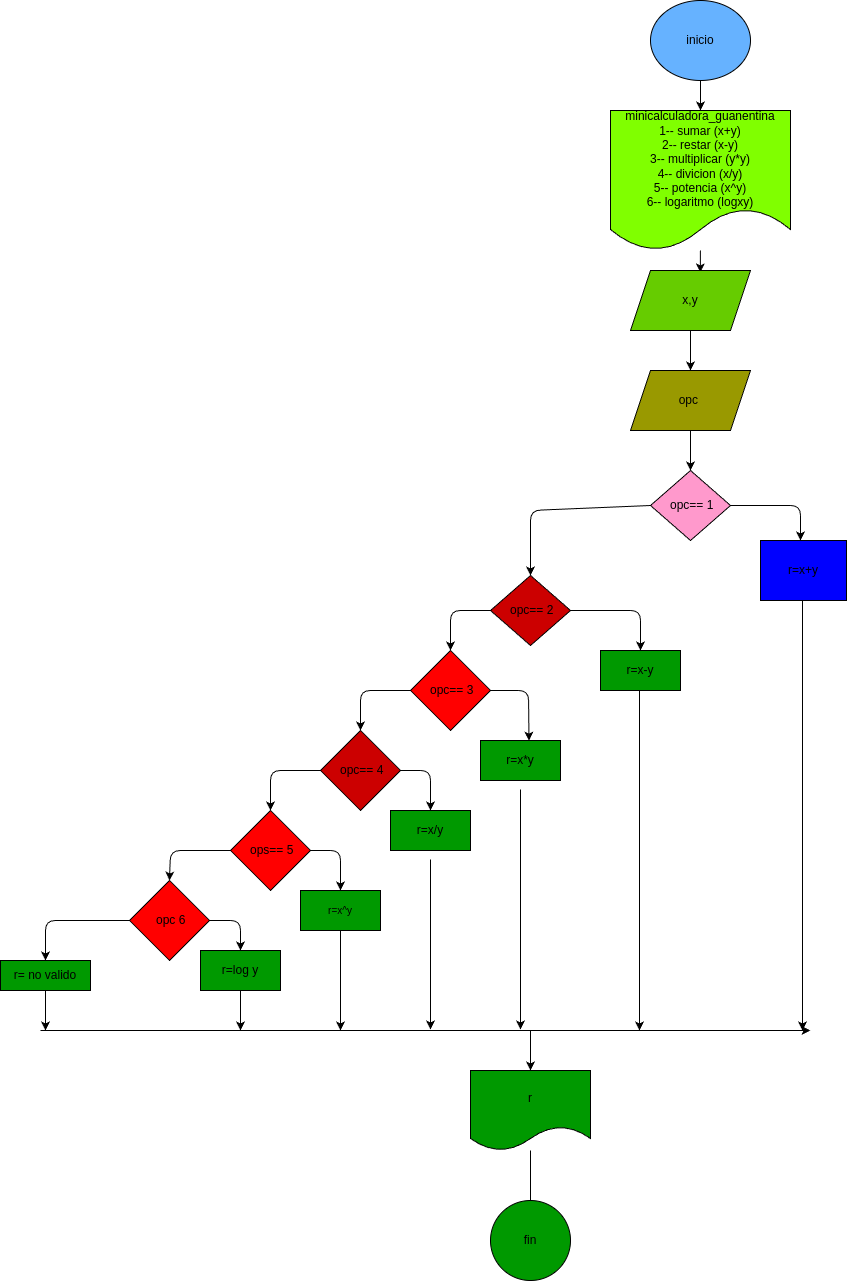
The draw.io diagram diagrama.png in juan10-7/minicalculadora_guanentina, before a commit. Source tidied: cells renumbered, new cells last; positions are measured from the earlier drawing's top-left corner, leaving out a move shared by most shapes.
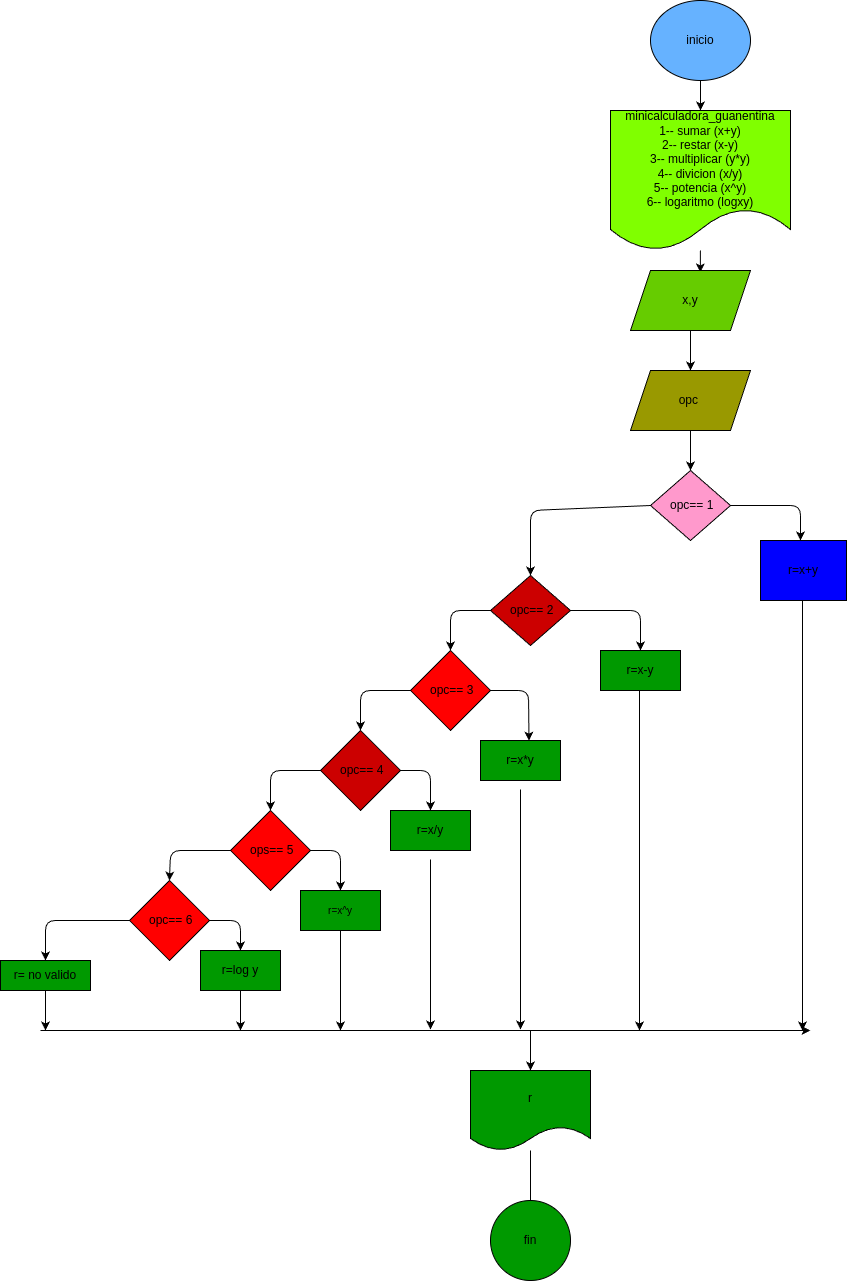
After the change.

Commit message:
se agregaron nuevos archivos

The edit, as a diff of the source:
```diff
@@ -176,7 +176,7 @@
         </Array>
       </mxGeometry>
     </mxCell>
-    <mxCell id="38" value="&amp;nbsp;opc 6" style="rhombus;whiteSpace=wrap;html=1;fillColor=#FF0000;" parent="1" vertex="1">
+    <mxCell id="38" value="&amp;nbsp;opc== 6" style="rhombus;whiteSpace=wrap;html=1;fillColor=#FF0000;" parent="1" vertex="1">
       <mxGeometry x="129" y="880" width="80" height="80" as="geometry" />
     </mxCell>
     <mxCell id="39" style="edgeStyle=none;html=1;" parent="1" edge="1" source="40">
```
